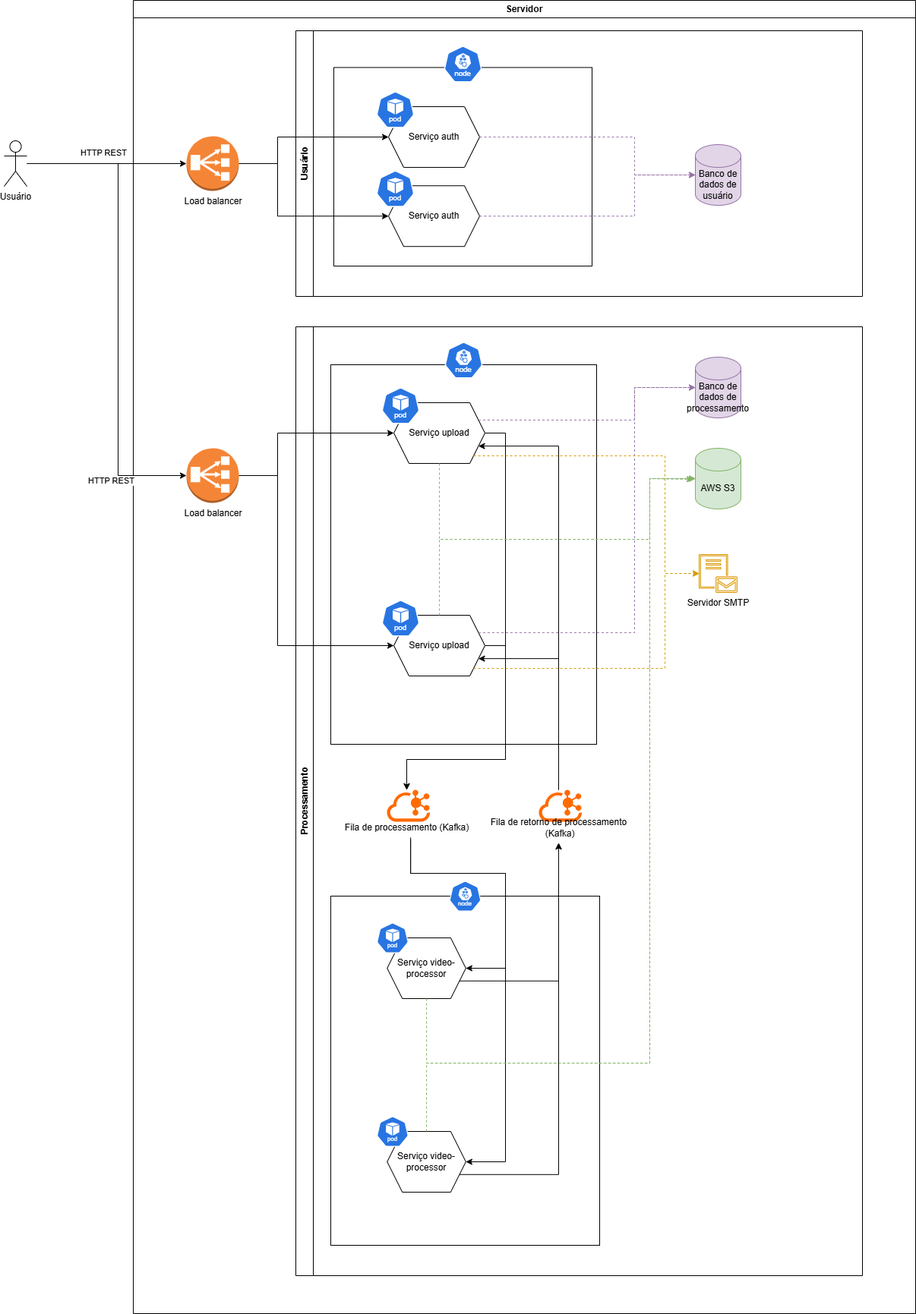
Before: diagramas/diagrama de arquitetura.drawio.png, a diagram exported from draw.io (goodvideo-postech-org/goodvideo-doc). Source tidied: cells renumbered, new cells last; positions are measured from the earlier drawing's top-left corner, leaving out a move shared by most shapes.
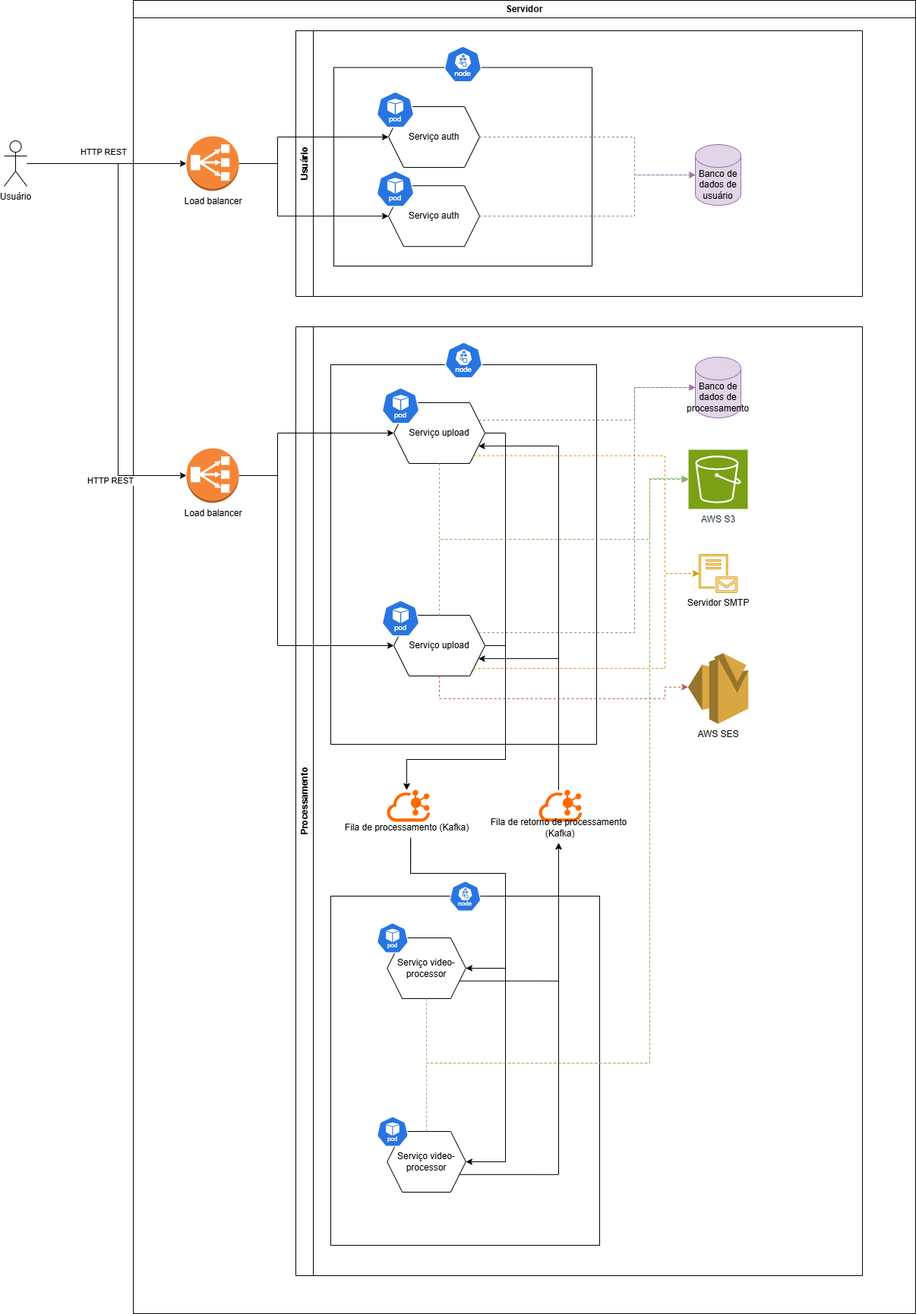
After the commit.

Commit message:
Atualizado diagrama de arquitetura com SES

Change to the diagram source:
```diff
@@ -87,9 +87,6 @@
     <mxCell id="26" value="Banco de dados de processamento" style="shape=cylinder3;whiteSpace=wrap;html=1;boundedLbl=1;backgroundOutline=1;size=15;fillColor=#e1d5e7;strokeColor=#9673a6;" parent="16" vertex="1">
       <mxGeometry x="526" y="40" width="60" height="80" as="geometry" />
     </mxCell>
-    <mxCell id="27" value="AWS S3" style="shape=cylinder3;whiteSpace=wrap;html=1;boundedLbl=1;backgroundOutline=1;size=15;fillColor=#d5e8d4;strokeColor=#82b366;" parent="16" vertex="1">
-      <mxGeometry x="526" y="160" width="60" height="80" as="geometry" />
-    </mxCell>
     <mxCell id="28" style="group;" parent="16" vertex="1">
       <mxGeometry x="106" y="610" width="135" height="65" as="geometry" />
     </mxCell>
@@ -186,12 +183,13 @@
         <Array as="points">
           <mxPoint x="189" y="280" />
           <mxPoint x="466" y="280" />
-          <mxPoint x="466" y="200" />
+          <mxPoint x="466" y="201" />
         </Array>
       </mxGeometry>
     </mxCell>
-    <mxCell id="47" style="edgeStyle=orthogonalEdgeStyle;rounded=0;jettySize=auto;html=1;entryX=0;entryY=0.5;entryDx=0;entryDy=0;entryPerimeter=0;fillColor=#d5e8d4;strokeColor=#82b366;dashed=1;exitX=0.5;exitY=1;exitDx=0;exitDy=0;" parent="16" edge="1" source="36" target="27">
+    <mxCell id="47" style="edgeStyle=orthogonalEdgeStyle;rounded=0;jettySize=auto;html=1;fillColor=#d5e8d4;strokeColor=#82b366;dashed=1;exitX=0.5;exitY=1;exitDx=0;exitDy=0;" parent="16" edge="1" source="36">
       <mxGeometry relative="1" as="geometry">
+        <mxPoint x="516" y="200" as="targetPoint" />
         <Array as="points">
           <mxPoint x="172" y="970" />
           <mxPoint x="466" y="970" />
@@ -252,20 +250,36 @@
         <Array as="points">
           <mxPoint x="189" y="280" />
           <mxPoint x="466" y="280" />
-          <mxPoint x="466" y="200" />
+          <mxPoint x="466" y="201" />
         </Array>
       </mxGeometry>
     </mxCell>
-    <mxCell id="59" style="edgeStyle=orthogonalEdgeStyle;rounded=0;jettySize=auto;html=1;entryX=-0.052;entryY=0.512;entryDx=0;entryDy=0;entryPerimeter=0;fillColor=#d5e8d4;strokeColor=#82b366;dashed=1;exitX=0.5;exitY=0;exitDx=0;exitDy=0;" parent="16" edge="1" source="39" target="27">
+    <mxCell id="59" style="edgeStyle=orthogonalEdgeStyle;rounded=0;jettySize=auto;html=1;entryX=0;entryY=0.5;entryDx=0;entryDy=0;entryPerimeter=0;fillColor=#d5e8d4;strokeColor=#82b366;dashed=1;exitX=0.5;exitY=0;exitDx=0;exitDy=0;" parent="16" edge="1" source="39" target="27">
       <mxGeometry relative="1" as="geometry">
         <Array as="points">
           <mxPoint x="172" y="970" />
           <mxPoint x="466" y="970" />
           <mxPoint x="466" y="200" />
           <mxPoint x="523" y="200" />
+          <mxPoint x="523" y="201" />
         </Array>
       </mxGeometry>
     </mxCell>
+    <mxCell id="27" value="AWS S3" style="sketch=0;points=[[0,0,0],[0.25,0,0],[0.5,0,0],[0.75,0,0],[1,0,0],[0,1,0],[0.25,1,0],[0.5,1,0],[0.75,1,0],[1,1,0],[0,0.25,0],[0,0.5,0],[0,0.75,0],[1,0.25,0],[1,0.5,0],[1,0.75,0]];outlineConnect=0;fontColor=#232F3E;fillColor=#7AA116;strokeColor=#ffffff;dashed=0;verticalLabelPosition=bottom;verticalAlign=top;align=center;html=1;fontSize=12;fontStyle=0;shape=mxgraph.aws4.resourceIcon;resIcon=mxgraph.aws4.s3;" parent="16" vertex="1">
+      <mxGeometry x="517" y="162" width="78" height="78" as="geometry" />
+    </mxCell>
+    <mxCell id="70" value="AWS SES" style="outlineConnect=0;dashed=0;verticalLabelPosition=bottom;verticalAlign=top;align=center;html=1;shape=mxgraph.aws3.ses;fillColor=#D9A741;gradientColor=none;" parent="16" vertex="1">
+      <mxGeometry x="516.2" y="430" width="79.5" height="93" as="geometry" />
+    </mxCell>
+    <mxCell id="71" style="edgeStyle=orthogonalEdgeStyle;rounded=0;jettySize=auto;html=1;entryX=0;entryY=0.48;entryDx=0;entryDy=0;entryPerimeter=0;dashed=1;fillColor=#f8cecc;strokeColor=#b85450;" parent="16" edge="1" source="24" target="70">
+      <mxGeometry relative="1" as="geometry">
+        <Array as="points">
+          <mxPoint x="189" y="490" />
+          <mxPoint x="486" y="490" />
+          <mxPoint x="486" y="475" />
+        </Array>
+      </mxGeometry>
+    </mxCell>
     <mxCell id="60" style="edgeStyle=orthogonalEdgeStyle;rounded=0;jettySize=auto;html=1;entryX=0;entryY=0.5;entryDx=0;entryDy=0;" parent="3" edge="1" source="62" target="9">
       <mxGeometry relative="1" as="geometry">
         <Array as="points">
```
